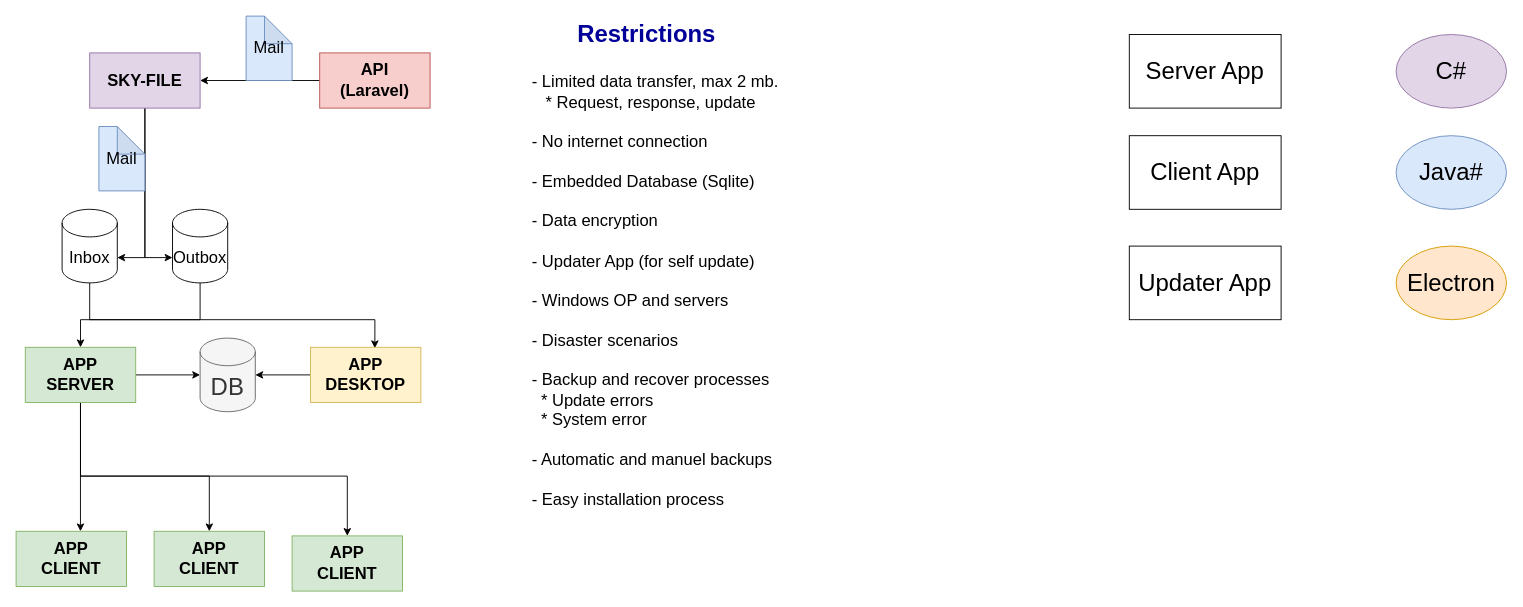
Before: page "Desktio App" (6 of 6) of mrvtool.drawio in dagistan-tuncbilek/tasarimlar, a draw.io diagram. Source tidied: cells renumbered, new cells numbered last; positions are measured from the earlier drawing's top-left corner, leaving out a move shared by most shapes. Both pictures are drawn from the tidied source at 92%, with x=0, y=0 at pixel (16, 16).
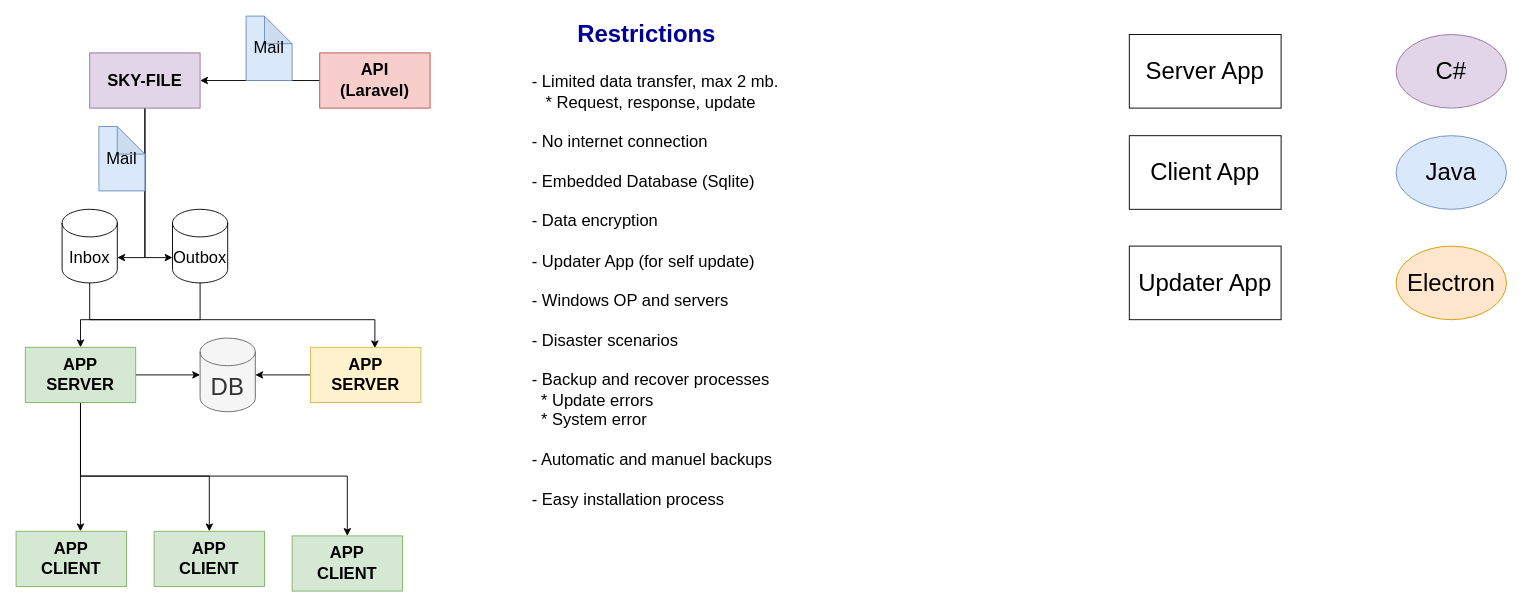
Above is the later version.

Diff of the diagram source:
```diff
@@
-    <mxCell id="27" value="Java#" style="ellipse;whiteSpace=wrap;html=1;fontSize=26;verticalAlign=middle;fillColor=#dae8fc;strokeColor=#6c8ebf;" parent="1" vertex="1">
+    <mxCell id="27" value="Java" style="ellipse;whiteSpace=wrap;html=1;fontSize=26;verticalAlign=middle;fillColor=#dae8fc;strokeColor=#6c8ebf;" parent="1" vertex="1">
       <mxGeometry x="1500" y="130" width="120" height="80" as="geometry" />
     </mxCell>
@@
-    <mxCell id="31" value="&lt;div&gt;APP &lt;br&gt;&lt;/div&gt;&lt;div&gt;DESKTOP&lt;br&gt;&lt;/div&gt;" style="rounded=0;whiteSpace=wrap;html=1;fontStyle=1;fontSize=18;fillColor=#fff2cc;strokeColor=#d6b656;" parent="1" vertex="1">
+    <mxCell id="31" value="&lt;div&gt;APP &lt;br&gt;&lt;/div&gt;&lt;div&gt;SERVER&lt;br&gt;&lt;/div&gt;" style="rounded=0;whiteSpace=wrap;html=1;fontStyle=1;fontSize=18;fillColor=#fff2cc;strokeColor=#d6b656;" parent="1" vertex="1">
       <mxGeometry x="320" y="360" width="120" height="60" as="geometry" />
     </mxCell>
```
